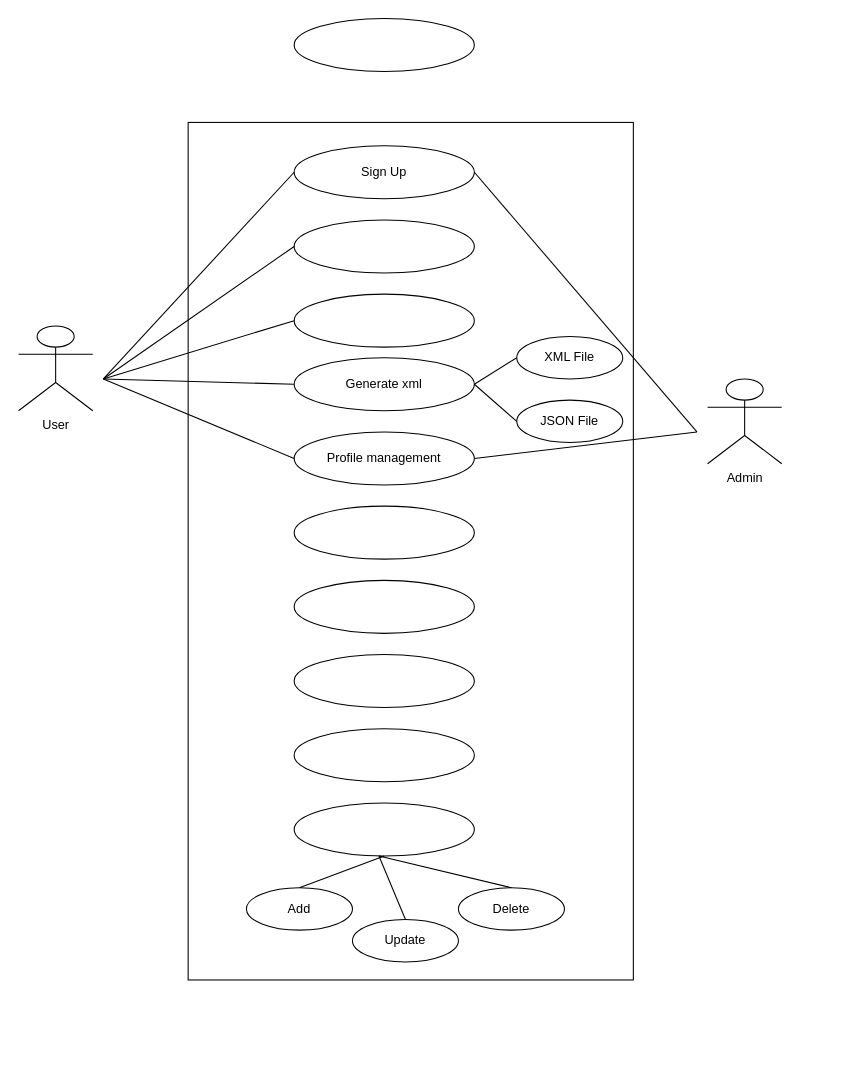
Before: uml.drawio in AnandWebTest/WebTest, a draw.io diagram. Source tidied: cells renumbered, new cells numbered last; positions are measured from the earlier drawing's top-left corner, leaving out a move shared by most shapes. Both pictures are drawn from the tidied source at 106%, with x=0, y=0 at pixel (18, 18).
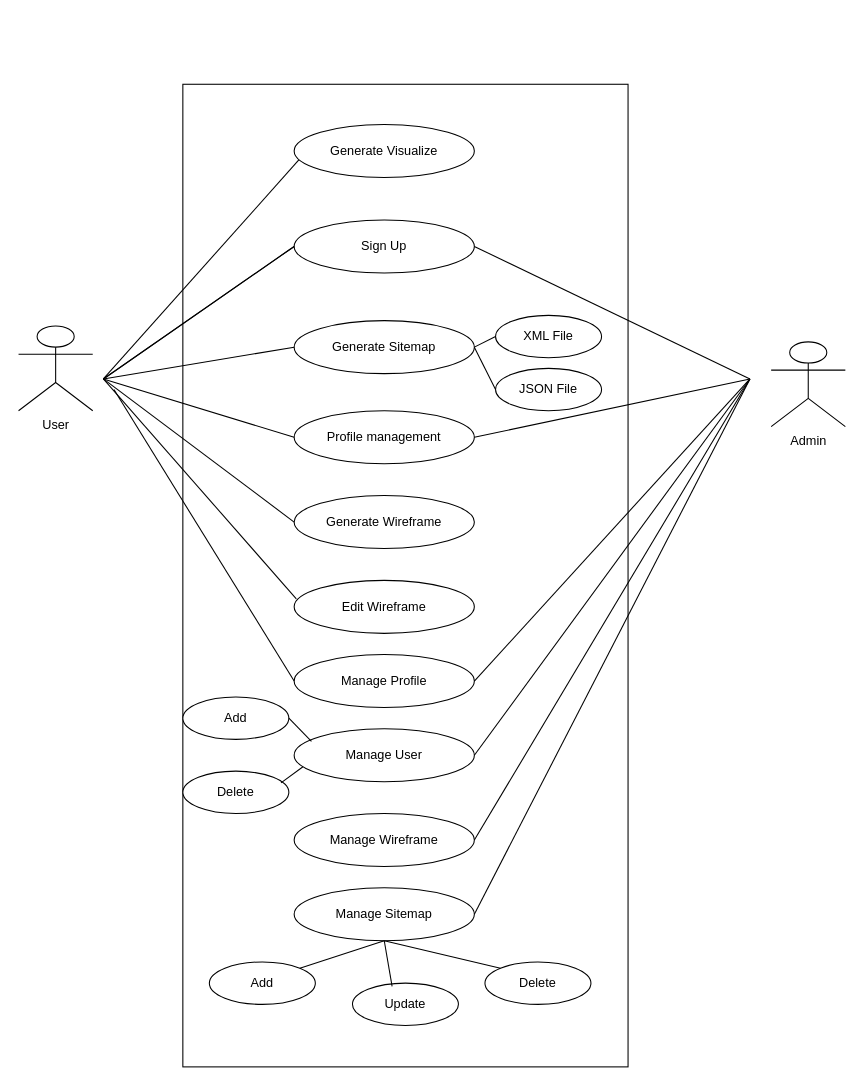
The same page after the edit.

Change to the diagram source:
```diff
@@
     <mxCell id="2" style="rounded=0;whiteSpace=wrap;html=1;" parent="1" vertex="1">
-      <mxGeometry x="160" y="98" width="420" height="809" as="geometry" />
+      <mxGeometry x="155" y="62" width="420" height="927" as="geometry" />
     </mxCell>
@@
-    <mxCell id="4" style="ellipse;whiteSpace=wrap;html=1;" parent="1" vertex="1">
-      <mxGeometry x="260" width="170" height="50" as="geometry" />
+    <mxCell id="4" value="Generate Visualize" style="ellipse;whiteSpace=wrap;html=1;" parent="1" vertex="1">
+      <mxGeometry x="260" y="100" width="170" height="50" as="geometry" />
     </mxCell>
     <mxCell id="5" value="Sign Up" style="ellipse;whiteSpace=wrap;html=1;" parent="1" vertex="1">
-      <mxGeometry x="260" y="120" width="170" height="50" as="geometry" />
+      <mxGeometry x="260" y="190" width="170" height="50" as="geometry" />
     </mxCell>
-    <mxCell id="6" style="ellipse;whiteSpace=wrap;html=1;" parent="1" vertex="1">
-      <mxGeometry x="260" y="190" width="170" height="50" as="geometry" />
-    </mxCell>
-    <mxCell id="7" style="ellipse;whiteSpace=wrap;html=1;" parent="1" vertex="1">
-      <mxGeometry x="260" y="260" width="170" height="50" as="geometry" />
-    </mxCell>
-    <mxCell id="8" value="Generate xml" style="ellipse;whiteSpace=wrap;html=1;" parent="1" vertex="1">
-      <mxGeometry x="260" y="320" width="170" height="50" as="geometry" />
+    <mxCell id="8" value="Generate Sitemap" style="ellipse;whiteSpace=wrap;html=1;" parent="1" vertex="1">
+      <mxGeometry x="260" y="285" width="170" height="50" as="geometry" />
     </mxCell>
     <mxCell id="9" value="Profile management" style="ellipse;whiteSpace=wrap;html=1;" parent="1" vertex="1">
-      <mxGeometry x="260" y="390" width="170" height="50" as="geometry" />
+      <mxGeometry x="260" y="370" width="170" height="50" as="geometry" />
     </mxCell>
-    <mxCell id="10" style="ellipse;whiteSpace=wrap;html=1;" parent="1" vertex="1">
-      <mxGeometry x="260" y="460" width="170" height="50" as="geometry" />
+    <mxCell id="10" value="Generate Wireframe" style="ellipse;whiteSpace=wrap;html=1;" parent="1" vertex="1">
+      <mxGeometry x="260" y="450" width="170" height="50" as="geometry" />
     </mxCell>
-    <mxCell id="11" style="ellipse;whiteSpace=wrap;html=1;" parent="1" vertex="1">
+    <mxCell id="11" value="Edit Wireframe" style="ellipse;whiteSpace=wrap;html=1;" parent="1" vertex="1">
       <mxGeometry x="260" y="530" width="170" height="50" as="geometry" />
     </mxCell>
-    <mxCell id="12" style="ellipse;whiteSpace=wrap;html=1;" parent="1" vertex="1">
+    <mxCell id="12" value="Manage Profile" style="ellipse;whiteSpace=wrap;html=1;" parent="1" vertex="1">
       <mxGeometry x="260" y="600" width="170" height="50" as="geometry" />
     </mxCell>
     <mxCell id="13" value="Admin" style="shape=umlActor;verticalLabelPosition=bottom;verticalAlign=top;html=1;" parent="1" vertex="1">
-      <mxGeometry x="650" y="340" width="70" height="80" as="geometry" />
+      <mxGeometry x="710" y="305" width="70" height="80" as="geometry" />
     </mxCell>
@@
-    <mxCell id="15" style="endArrow=none;html=1;rounded=0;entryX=0;entryY=0.5;entryDx=0;entryDy=0;" parent="1" edge="1" target="6">
+    <mxCell id="15" style="endArrow=none;html=1;rounded=0;entryX=0;entryY=0.5;entryDx=0;entryDy=0;" parent="1" edge="1">
       <mxGeometry relative="1" as="geometry">
         <mxPoint x="80" y="340" as="sourcePoint" />
+        <mxPoint x="260" y="215" as="targetPoint" />
       </mxGeometry>
     </mxCell>
-    <mxCell id="16" style="endArrow=none;html=1;rounded=0;entryX=0;entryY=0.5;entryDx=0;entryDy=0;" parent="1" edge="1" target="7">
-      <mxGeometry relative="1" as="geometry">
-        <mxPoint x="80" y="340" as="sourcePoint" />
-      </mxGeometry>
-    </mxCell>
-    <mxCell id="17" style="ellipse;whiteSpace=wrap;html=1;" parent="1" vertex="1">
+    <mxCell id="17" value="Manage User" style="ellipse;whiteSpace=wrap;html=1;" parent="1" vertex="1">
       <mxGeometry x="260" y="670" width="170" height="50" as="geometry" />
     </mxCell>
-    <mxCell id="18" style="ellipse;whiteSpace=wrap;html=1;" parent="1" vertex="1">
-      <mxGeometry x="260" y="740" width="170" height="50" as="geometry" />
+    <mxCell id="18" value="Manage Sitemap" style="ellipse;whiteSpace=wrap;html=1;" parent="1" vertex="1">
+      <mxGeometry x="260" y="820" width="170" height="50" as="geometry" />
     </mxCell>
     <mxCell id="19" value="Add" style="ellipse;whiteSpace=wrap;html=1;" parent="1" vertex="1">
-      <mxGeometry x="215" y="820" width="100" height="40" as="geometry" />
+      <mxGeometry x="180" y="890" width="100" height="40" as="geometry" />
     </mxCell>
     <mxCell id="20" value="Update" style="ellipse;whiteSpace=wrap;html=1;" parent="1" vertex="1">
-      <mxGeometry x="315" y="850" width="100" height="40" as="geometry" />
+      <mxGeometry x="315" y="910" width="100" height="40" as="geometry" />
     </mxCell>
     <mxCell id="21" value="Delete" style="ellipse;whiteSpace=wrap;html=1;" parent="1" vertex="1">
-      <mxGeometry x="415" y="820" width="100" height="40" as="geometry" />
+      <mxGeometry x="440" y="890" width="100" height="40" as="geometry" />
     </mxCell>
-    <mxCell id="22" style="endArrow=none;html=1;rounded=0;entryX=0.5;entryY=1;entryDx=0;entryDy=0;" parent="1" edge="1" target="18">
-      <mxGeometry relative="1" as="geometry">
-        <mxPoint x="265" y="820" as="sourcePoint" />
-        <Array as="points">
-          <mxPoint x="265" y="820" />
-        </Array>
-      </mxGeometry>
-    </mxCell>
-    <mxCell id="23" style="endArrow=none;html=1;rounded=0;entryX=0.5;entryY=0;entryDx=0;entryDy=0;" parent="1" edge="1" target="20">
-      <mxGeometry relative="1" as="geometry">
-        <mxPoint x="340" y="790" as="sourcePoint" />
-        <Array as="points">
-          <mxPoint x="340" y="790" />
-        </Array>
-      </mxGeometry>
-    </mxCell>
-    <mxCell id="24" style="endArrow=none;html=1;rounded=0;entryX=0.5;entryY=0;entryDx=0;entryDy=0;" parent="1" edge="1" target="21">
-      <mxGeometry relative="1" as="geometry">
-        <mxPoint x="340" y="790" as="sourcePoint" />
-      </mxGeometry>
-    </mxCell>
     <mxCell id="25" value="XML File" style="ellipse;whiteSpace=wrap;html=1;" parent="1" vertex="1">
-      <mxGeometry x="470" y="300" width="100" height="40" as="geometry" />
+      <mxGeometry x="450" y="280" width="100" height="40" as="geometry" />
     </mxCell>
     <mxCell id="26" value="JSON File" style="ellipse;whiteSpace=wrap;html=1;" parent="1" vertex="1">
-      <mxGeometry x="470" y="360" width="100" height="40" as="geometry" />
+      <mxGeometry x="450" y="330" width="100" height="40" as="geometry" />
     </mxCell>
@@
     <mxCell id="31" style="endArrow=none;html=1;rounded=0;entryX=1;entryY=0.5;entryDx=0;entryDy=0;" parent="1" edge="1" target="5">
       <mxGeometry relative="1" as="geometry">
-        <mxPoint x="640" y="390" as="sourcePoint" />
+        <mxPoint x="690" y="340" as="sourcePoint" />
       </mxGeometry>
     </mxCell>
     <mxCell id="32" style="endArrow=none;html=1;rounded=0;exitX=1;exitY=0.5;exitDx=0;exitDy=0;" parent="1" edge="1" source="9">
       <mxGeometry relative="1" as="geometry">
-        <mxPoint x="640" y="390" as="targetPoint" />
+        <mxPoint x="690" y="340" as="targetPoint" />
       </mxGeometry>
     </mxCell>
+    <mxCell id="33" style="endArrow=none;html=1;rounded=0;entryX=0.026;entryY=0.668;entryDx=0;entryDy=0;entryPerimeter=0;" parent="1" edge="1" target="4">
+      <mxGeometry relative="1" as="geometry">
+        <mxPoint x="80" y="340" as="sourcePoint" />
+      </mxGeometry>
+    </mxCell>
+    <mxCell id="34" style="endArrow=none;html=1;rounded=0;entryX=0;entryY=0.5;entryDx=0;entryDy=0;" parent="1" edge="1" target="10">
+      <mxGeometry relative="1" as="geometry">
+        <mxPoint x="80" y="340" as="sourcePoint" />
+      </mxGeometry>
+    </mxCell>
+    <mxCell id="35" style="endArrow=none;html=1;rounded=0;entryX=0.012;entryY=0.348;entryDx=0;entryDy=0;entryPerimeter=0;" parent="1" edge="1" target="11">
+      <mxGeometry relative="1" as="geometry">
+        <mxPoint x="80" y="340" as="sourcePoint" />
+      </mxGeometry>
+    </mxCell>
+    <mxCell id="36" style="endArrow=none;html=1;rounded=0;exitX=1;exitY=0.5;exitDx=0;exitDy=0;" parent="1" edge="1" source="12">
+      <mxGeometry relative="1" as="geometry">
+        <mxPoint x="690" y="340" as="targetPoint" />
+      </mxGeometry>
+    </mxCell>
+    <mxCell id="37" style="endArrow=none;html=1;rounded=0;entryX=0;entryY=0.5;entryDx=0;entryDy=0;" parent="1" edge="1" target="12">
+      <mxGeometry relative="1" as="geometry">
+        <mxPoint x="90" y="350" as="sourcePoint" />
+      </mxGeometry>
+    </mxCell>
+    <mxCell id="38" style="endArrow=none;html=1;rounded=0;exitX=1;exitY=0.5;exitDx=0;exitDy=0;" parent="1" edge="1" source="17">
+      <mxGeometry relative="1" as="geometry">
+        <mxPoint x="690" y="340" as="targetPoint" />
+      </mxGeometry>
+    </mxCell>
+    <mxCell id="39" value="Add" style="ellipse;whiteSpace=wrap;html=1;" parent="1" vertex="1">
+      <mxGeometry x="155" y="640" width="100" height="40" as="geometry" />
+    </mxCell>
+    <mxCell id="40" value="Delete" style="ellipse;whiteSpace=wrap;html=1;" parent="1" vertex="1">
+      <mxGeometry x="155" y="710" width="100" height="40" as="geometry" />
+    </mxCell>
+    <mxCell id="41" style="endArrow=none;html=1;rounded=0;entryX=0.096;entryY=0.236;entryDx=0;entryDy=0;entryPerimeter=0;exitX=1;exitY=0.5;exitDx=0;exitDy=0;" parent="1" edge="1" source="39" target="17">
+      <mxGeometry relative="1" as="geometry" />
+    </mxCell>
+    <mxCell id="42" value="Manage Wireframe" style="ellipse;whiteSpace=wrap;html=1;" parent="1" vertex="1">
+      <mxGeometry x="260" y="750" width="170" height="50" as="geometry" />
+    </mxCell>
+    <mxCell id="43" style="endArrow=none;html=1;rounded=0;entryX=0.049;entryY=0.716;entryDx=0;entryDy=0;entryPerimeter=0;exitX=0.926;exitY=0.275;exitDx=0;exitDy=0;exitPerimeter=0;" parent="1" edge="1" source="40" target="17">
+      <mxGeometry relative="1" as="geometry" />
+    </mxCell>
+    <mxCell id="44" style="endArrow=none;html=1;rounded=0;entryX=0.5;entryY=1;entryDx=0;entryDy=0;exitX=1;exitY=0;exitDx=0;exitDy=0;" parent="1" edge="1" source="19" target="18">
+      <mxGeometry relative="1" as="geometry" />
+    </mxCell>
+    <mxCell id="45" style="endArrow=none;html=1;rounded=0;entryX=0.5;entryY=1;entryDx=0;entryDy=0;exitX=0;exitY=0;exitDx=0;exitDy=0;" parent="1" edge="1" source="21" target="18">
+      <mxGeometry relative="1" as="geometry" />
+    </mxCell>
+    <mxCell id="46" style="endArrow=none;html=1;rounded=0;entryX=0.5;entryY=1;entryDx=0;entryDy=0;exitX=0.374;exitY=0.075;exitDx=0;exitDy=0;exitPerimeter=0;" parent="1" edge="1" source="20" target="18">
+      <mxGeometry relative="1" as="geometry" />
+    </mxCell>
+    <mxCell id="47" style="endArrow=none;html=1;rounded=0;exitX=1;exitY=0.5;exitDx=0;exitDy=0;" parent="1" edge="1" source="42">
+      <mxGeometry relative="1" as="geometry">
+        <mxPoint x="690" y="340" as="targetPoint" />
+      </mxGeometry>
+    </mxCell>
+    <mxCell id="48" style="endArrow=none;html=1;rounded=0;exitX=1;exitY=0.5;exitDx=0;exitDy=0;" parent="1" edge="1" source="18">
+      <mxGeometry relative="1" as="geometry">
+        <mxPoint x="690" y="340" as="targetPoint" />
+      </mxGeometry>
+    </mxCell>
```
